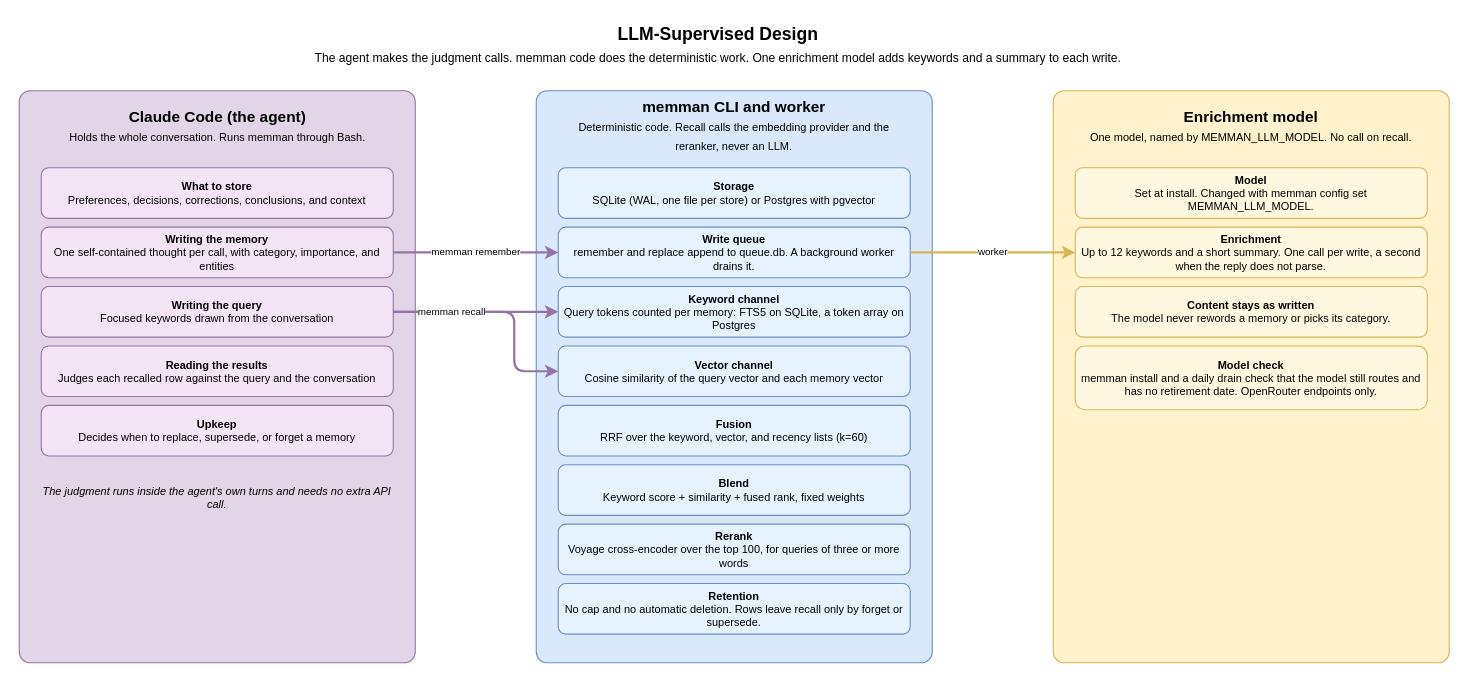
The draw.io diagram docs/diagrams/01-llm-supervised.drawio in bissli/memman, before the edit. Source tidied: cells renumbered, new cells numbered last; positions are measured from the earlier drawing's top-left corner, leaving out a move shared by most shapes. Both pictures are drawn from the tidied source at 110%, with x=0, y=0 at pixel (19, 19).
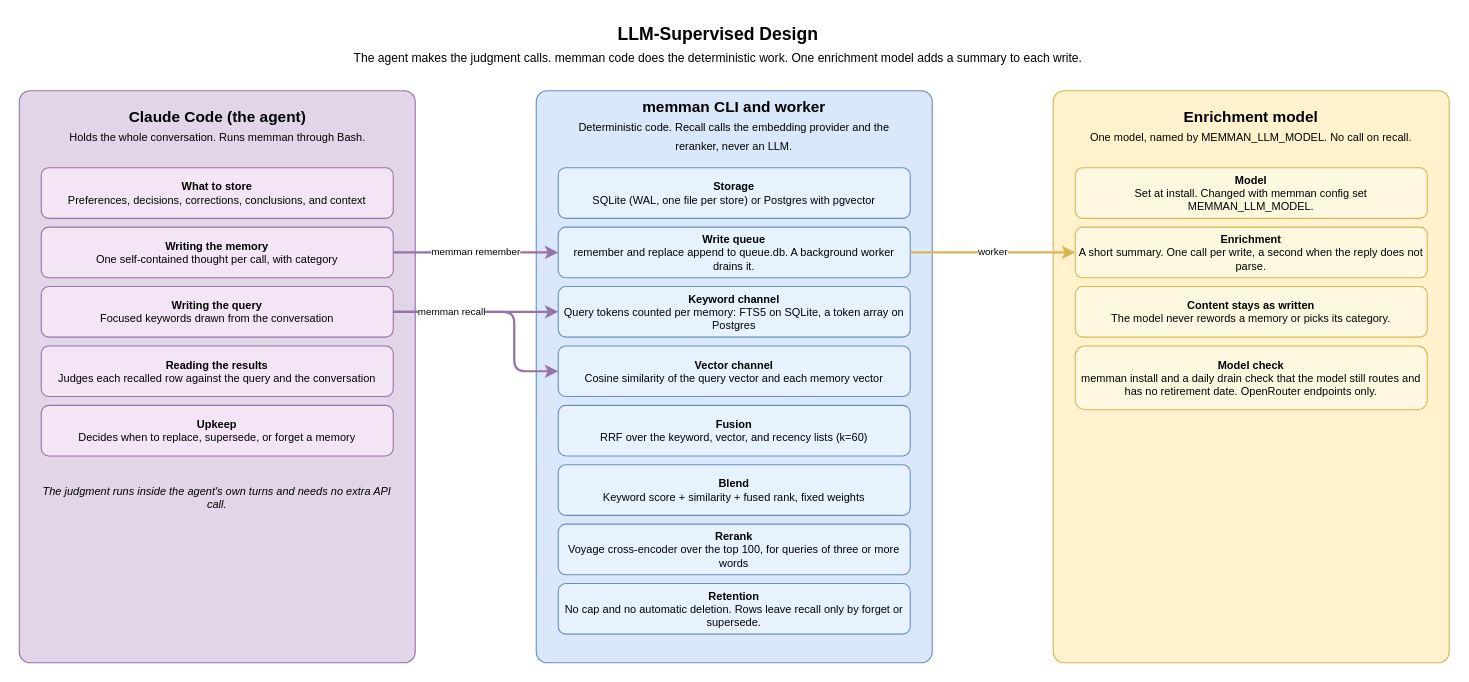
Above is the later version.

Diff of the diagram source:
```diff
@@
-    <mxCell id="2" value="&lt;b&gt;LLM-Supervised Design&lt;/b&gt;&lt;br&gt;&lt;font style=&quot;font-size:11px&quot;&gt;The agent makes the judgment calls. memman code does the deterministic work. One enrichment model adds keywords and a summary to each write.&lt;/font&gt;" style="text;html=1;align=center;verticalAlign=middle;fontSize=16;strokeColor=none;fillColor=none;" parent="1" vertex="1">
+    <mxCell id="2" value="&lt;b&gt;LLM-Supervised Design&lt;/b&gt;&lt;br&gt;&lt;font style=&quot;font-size:11px&quot;&gt;The agent makes the judgment calls. memman code does the deterministic work. One enrichment model adds a summary to each write.&lt;/font&gt;" style="text;html=1;align=center;verticalAlign=middle;fontSize=16;strokeColor=none;fillColor=none;" parent="1" vertex="1">
       <mxGeometry x="70" width="1130" height="45" as="geometry" />
     </mxCell>
@@
-    <mxCell id="6" value="&lt;b&gt;Writing the memory&lt;/b&gt;&lt;br&gt;One self-contained thought per call, with category, importance, and entities" style="rounded=1;whiteSpace=wrap;html=1;fillColor=#F3E5F5;strokeColor=#9673a6;fontSize=10;" parent="1" vertex="1">
+    <mxCell id="6" value="&lt;b&gt;Writing the memory&lt;/b&gt;&lt;br&gt;One self-contained thought per call, with category" style="rounded=1;whiteSpace=wrap;html=1;fillColor=#F3E5F5;strokeColor=#9673a6;fontSize=10;" parent="1" vertex="1">
       <mxGeometry x="20" y="189" width="320" height="46" as="geometry" />
     </mxCell>
@@
-    <mxCell id="24" value="&lt;b&gt;Enrichment&lt;/b&gt;&lt;br&gt;Up to 12 keywords and a short summary. One call per write, a second when the reply does not parse." style="rounded=1;whiteSpace=wrap;html=1;fillColor=#FFF8E1;strokeColor=#d6b656;fontSize=10;" parent="1" vertex="1">
+    <mxCell id="24" value="&lt;b&gt;Enrichment&lt;/b&gt;&lt;br&gt;A short summary. One call per write, a second when the reply does not parse." style="rounded=1;whiteSpace=wrap;html=1;fillColor=#FFF8E1;strokeColor=#d6b656;fontSize=10;" parent="1" vertex="1">
       <mxGeometry x="960" y="189" width="320" height="46" as="geometry" />
     </mxCell>
```
